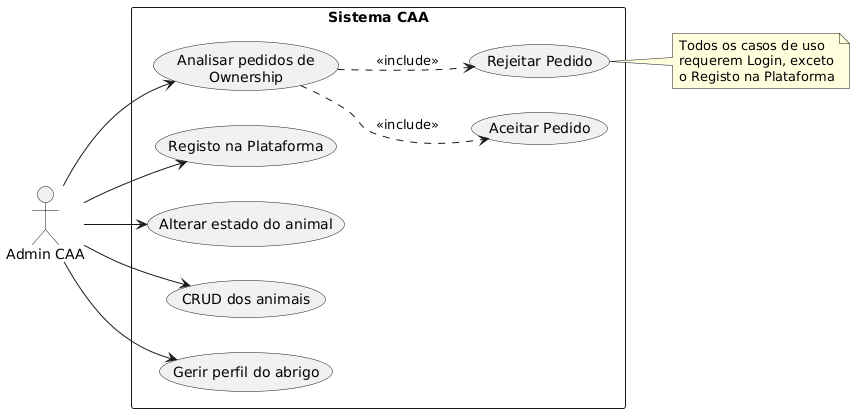
This is artefactos_tecnicos/diagramas/DiagramaCasosUsoCAA.png from see-paw/project-artifacts, a PlantUML export, as it was before one commit. The source it was exported from:
```plantuml
@startuml
left to right direction
skinparam packageStyle rectangle

actor "Admin CAA" as admin

rectangle "Sistema CAA" {
  usecase "Registo na Plataforma" as UC1
  usecase "Alterar estado do animal" as UC2
  usecase "CRUD dos animais" as UC3
  usecase "Gerir perfil do abrigo" as UC4
  usecase "Analisar pedidos de\nOwnership" as UC5

  usecase "Aceitar Pedido" as UC6
  usecase "Rejeitar Pedido" as UC7

  UC5 -[hidden]down-> UC6
  UC5 -[hidden]down-> UC7
  UC6 -[hidden]right-> UC7
}

admin --> UC1
admin --> UC2
admin --> UC3
admin --> UC4
admin --> UC5

UC5 .> UC6 : <<include>>
UC5 .> UC7 : <<include>>

note right of UC7
  Todos os casos de uso
  requerem Login, exceto
  o Registo na Plataforma
end note
@enduml
```
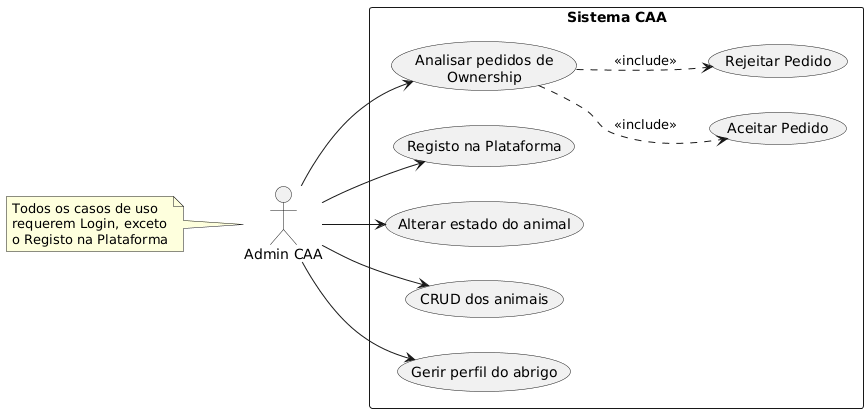
Later version of the same file.

Change to the diagram source:
```diff
@@ -28,7 +28,7 @@
 UC5 .> UC6 : <<include>>
 UC5 .> UC7 : <<include>>
 
-note right of UC7
+note left of admin
   Todos os casos de uso
   requerem Login, exceto
   o Registo na Plataforma
```
